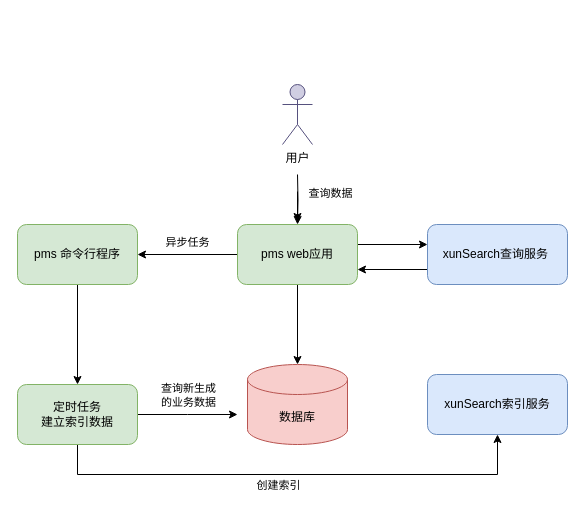
Before: search.drawio in icesyc/diagram, a draw.io diagram. Source tidied: cells renumbered, new cells numbered last; positions are measured from the earlier drawing's top-left corner, leaving out a move shared by most shapes. Both pictures are drawn from the tidied source at 100%, with x=0, y=0 at pixel (17, 84).
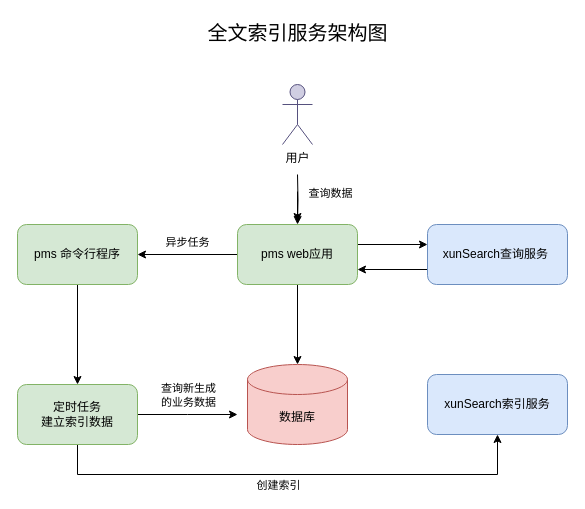
The same diagram, later.

What changed in the source:
```diff
@@
+    <mxCell id="22" value="全文索引服务架构图" style="text;html=1;strokeColor=none;fillColor=none;align=center;verticalAlign=middle;whiteSpace=wrap;rounded=0;shadow=0;glass=0;dashed=1;sketch=0;fontSize=20;" parent="1" vertex="1">
+      <mxGeometry x="177.5" y="-67" width="205" height="30" as="geometry" />
+    </mxCell>
```
